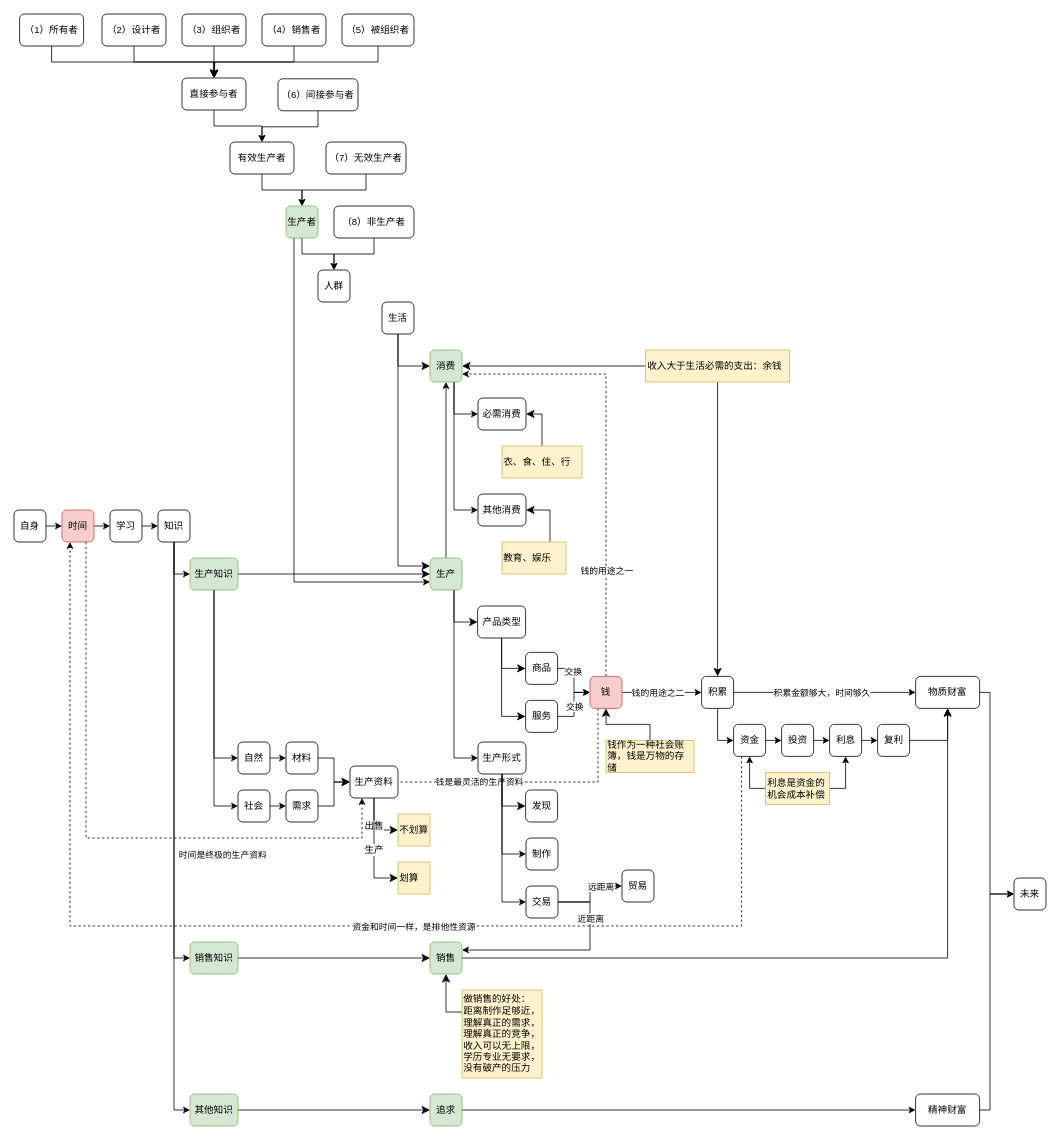
Above: 财富的真相.drawio in yanhanfrontend/draw.io.workspace (draw.io), before the change. Source tidied: cells renumbered, new cells numbered last; positions are measured from the earlier drawing's top-left corner, leaving out a move shared by most shapes. Both pictures are drawn from the tidied source at 80%, with x=0, y=0 at pixel (14, 14).
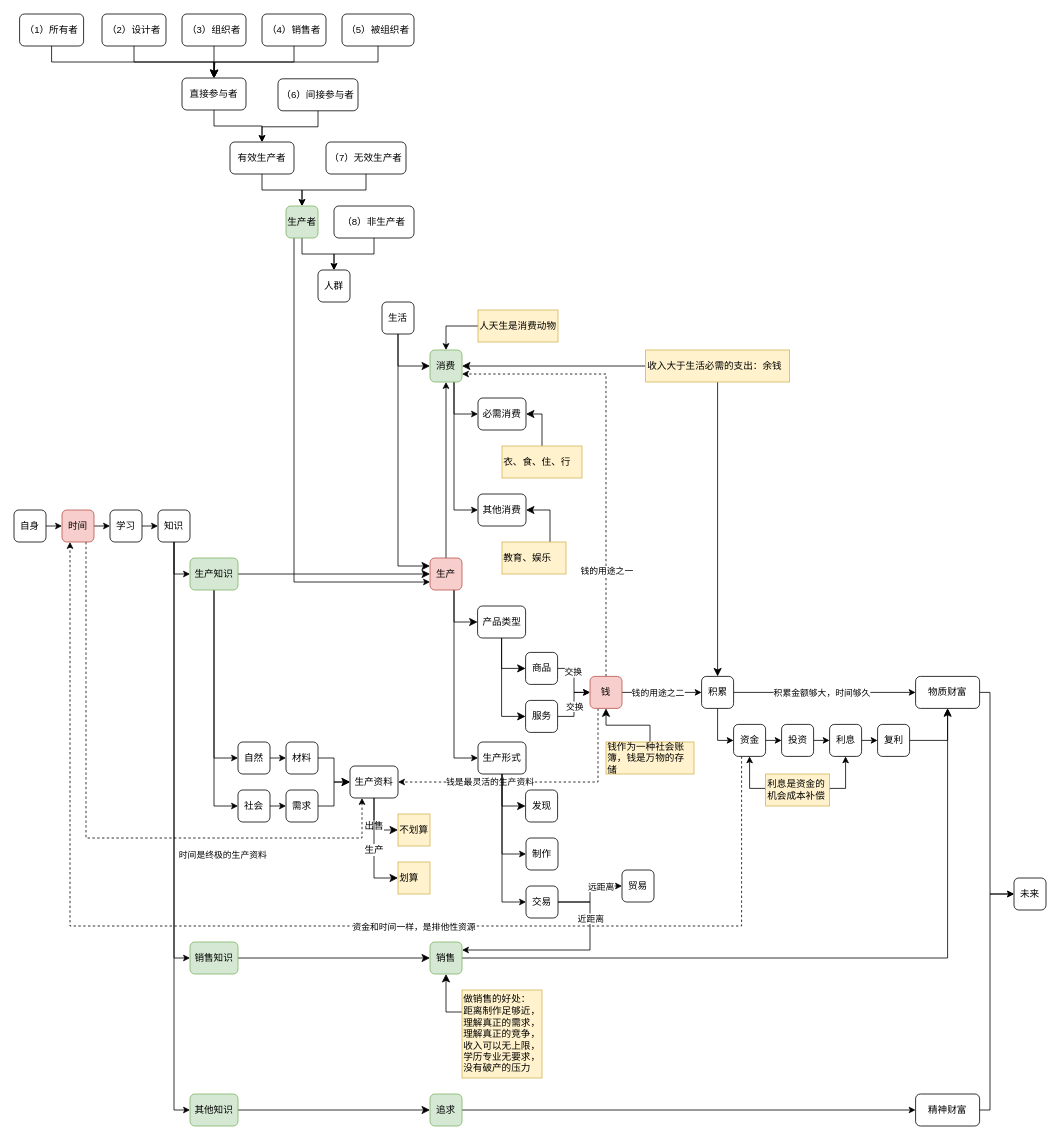
The same diagram, later.

Commit message:
更新财富的真相.drawio

The change refers to these unchanged cells:
```xml
<mxCell id="11" value="消费" style="rounded=1;whiteSpace=wrap;html=1;fillColor=#d5e8d4;strokeColor=#82b366;" parent="1" vertex="1">
  <mxGeometry x="520" y="420" width="40" height="40" as="geometry" />
</mxCell>
<mxCell id="28" value="钱" style="rounded=1;whiteSpace=wrap;html=1;fillColor=#f8cecc;strokeColor=#b85450;" parent="1" vertex="1">
  <mxGeometry x="720" y="828" width="40" height="40" as="geometry" />
</mxCell>
<mxCell id="38" value="生产资料" style="rounded=1;whiteSpace=wrap;html=1;" parent="1" vertex="1">
  <mxGeometry x="420" y="940" width="60" height="40" as="geometry" />
</mxCell>
```

What changed in the source:
```diff
@@
-    <mxCell id="8" value="生产" style="rounded=1;whiteSpace=wrap;html=1;fillColor=#d5e8d4;strokeColor=#82b366;" parent="1" vertex="1">
+    <mxCell id="8" value="生产" style="rounded=1;whiteSpace=wrap;html=1;fillColor=#f8cecc;strokeColor=#b85450;" parent="1" vertex="1">
       <mxGeometry x="520" y="680" width="40" height="40" as="geometry" />
     </mxCell>
@@
-    <mxCell id="26" style="edgeStyle=orthogonalEdgeStyle;rounded=0;jettySize=auto;html=1;exitX=0.25;exitY=1;exitDx=0;exitDy=0;entryX=0.75;entryY=1;entryDx=0;entryDy=0;dashed=1;" parent="1" edge="1" source="28" target="38">
+    <mxCell id="26" style="edgeStyle=orthogonalEdgeStyle;rounded=0;jettySize=auto;html=1;exitX=0.25;exitY=1;exitDx=0;exitDy=0;entryX=1;entryY=0.5;entryDx=0;entryDy=0;dashed=1;" parent="1" edge="1" source="28" target="38">
       <mxGeometry relative="1" as="geometry">
         <Array as="points">
           <mxPoint x="730" y="960" />
-          <mxPoint x="465" y="960" />
         </Array>
       </mxGeometry>
     </mxCell>
@@
     <mxCell id="110" value="钱作为一种社会账簿，&lt;span style=&quot;&quot;&gt;钱是万物的存储&lt;/span&gt;" style="text;html=1;align=left;verticalAlign=middle;whiteSpace=wrap;rounded=0;fillColor=#fff2cc;strokeColor=#d6b656;" parent="1" vertex="1">
-      <mxGeometry x="740" y="908" width="110" height="40" as="geometry" />
+      <mxGeometry x="740" y="910" width="110" height="40" as="geometry" />
     </mxCell>
@@
     <mxCell id="119" value="利息是资金的机会成本补偿" style="text;html=1;align=left;verticalAlign=middle;whiteSpace=wrap;rounded=0;fillColor=#fff2cc;strokeColor=#d6b656;" parent="1" vertex="1">
-      <mxGeometry x="939.5" y="948" width="80" height="40" as="geometry" />
+      <mxGeometry x="939.5" y="950" width="80" height="40" as="geometry" />
     </mxCell>
@@
+    <mxCell id="136" style="edgeStyle=orthogonalEdgeStyle;rounded=0;jettySize=auto;html=1;exitX=0;exitY=0.5;exitDx=0;exitDy=0;entryX=0.5;entryY=0;entryDx=0;entryDy=0;" parent="1" edge="1" source="137" target="11">
+      <mxGeometry relative="1" as="geometry" />
+    </mxCell>
+    <mxCell id="137" value="人天生是消费动物" style="text;html=1;align=left;verticalAlign=middle;whiteSpace=wrap;rounded=0;fillColor=#fff2cc;strokeColor=#d6b656;" parent="1" vertex="1">
+      <mxGeometry x="580" y="370" width="100" height="40" as="geometry" />
+    </mxCell>
```
